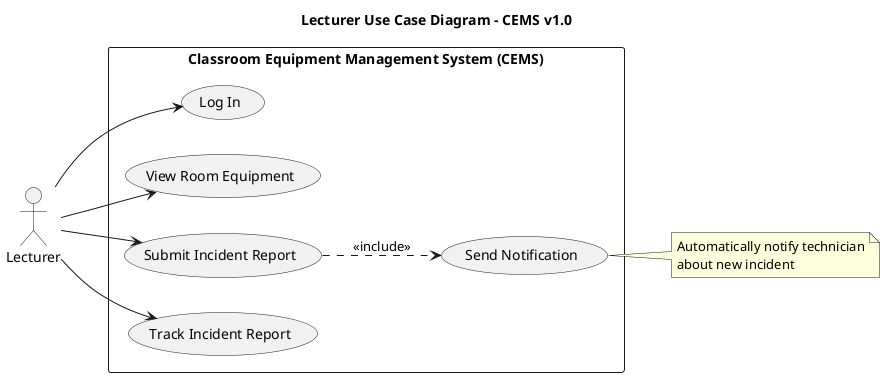
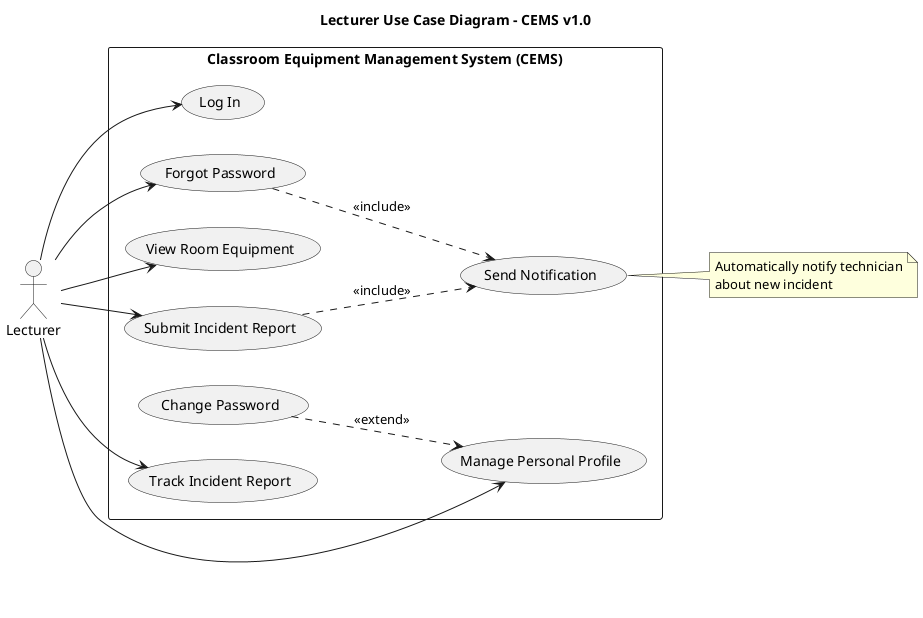
@startuml Lecturer
title Lecturer Use Case Diagram - CEMS v1.0

left to right direction
skinparam packageStyle rectangle

actor Lecturer

rectangle "Classroom Equipment Management System (CEMS)" {
  usecase "Log In" as UC_LogIn
+   usecase "Change Password" as UC_ChangePassword
+   usecase "Forgot Password" as UC_ForgotPassword
+   usecase "Manage Personal Profile" as UC_ManageProfile
  usecase "View Room Equipment" as UC_ViewRoomEquipment
  usecase "Submit Incident Report" as UC_SubmitIncident
  usecase "Track Incident Report" as UC_TrackIncident
  usecase "Send Notification" as UC_SendNotification
}

Lecturer --> UC_LogIn
+ Lecturer --> UC_ManageProfile
+ Lecturer --> UC_ForgotPassword
Lecturer --> UC_ViewRoomEquipment
Lecturer --> UC_SubmitIncident
Lecturer --> UC_TrackIncident
+ 
+ UC_ChangePassword ..> UC_ManageProfile : <<extend>>

UC_SubmitIncident ..> UC_SendNotification : <<include>>
note right of (UC_SendNotification)
  Automatically notify technician
  about new incident
end note

+ UC_ForgotPassword ..> UC_SendNotification : <<include>>
+ 
@enduml
